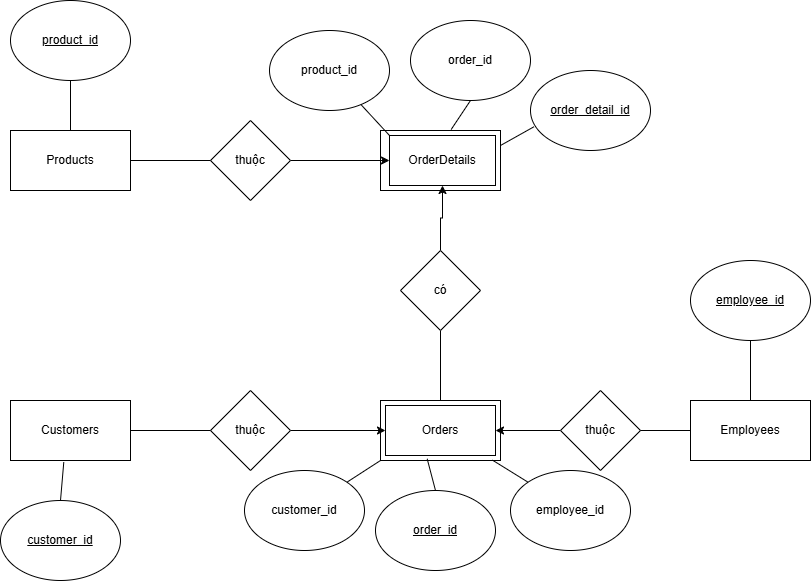
Above: OnTap/quanlykhachhang.drawio.png in theminhdayma/CSDL (draw.io), before the change. Source tidied: cells renumbered, new cells last; positions are measured from the earlier drawing's top-left corner, leaving out a move shared by most shapes. Its diagram source:
```xml
<mxGraphModel>
  <root>
    <mxCell id="0" />
    <mxCell id="1" parent="0" />
    <mxCell id="2" value="Customers" style="rounded=0;whiteSpace=wrap;html=1;" parent="1" vertex="1">
      <mxGeometry x="10" y="400" width="120" height="60" as="geometry" />
    </mxCell>
    <mxCell id="3" style="rounded=0;whiteSpace=wrap;html=1;" parent="1" vertex="1">
      <mxGeometry x="380" y="130" width="120" height="60" as="geometry" />
    </mxCell>
    <mxCell id="4" style="rounded=0;whiteSpace=wrap;html=1;" parent="1" vertex="1">
      <mxGeometry x="380" y="400" width="120" height="60" as="geometry" />
    </mxCell>
    <mxCell id="5" value="Employees" style="rounded=0;whiteSpace=wrap;html=1;" parent="1" vertex="1">
      <mxGeometry x="690" y="400" width="120" height="60" as="geometry" />
    </mxCell>
    <mxCell id="6" value="Products" style="rounded=0;whiteSpace=wrap;html=1;" parent="1" vertex="1">
      <mxGeometry x="10" y="130" width="120" height="60" as="geometry" />
    </mxCell>
    <mxCell id="7" value="Orders" style="rounded=0;whiteSpace=wrap;html=1;" parent="1" vertex="1">
      <mxGeometry x="385" y="405" width="110" height="50" as="geometry" />
    </mxCell>
    <mxCell id="8" value="OrderDetails" style="rounded=0;whiteSpace=wrap;html=1;" parent="1" vertex="1">
      <mxGeometry x="389" y="135" width="106" height="50" as="geometry" />
    </mxCell>
    <mxCell id="9" value="&lt;u&gt;customer_id&lt;/u&gt;" style="ellipse;whiteSpace=wrap;html=1;" parent="1" vertex="1">
      <mxGeometry y="500" width="120" height="80" as="geometry" />
    </mxCell>
    <mxCell id="10" value="&lt;u&gt;product_id&lt;/u&gt;" style="ellipse;whiteSpace=wrap;html=1;" parent="1" vertex="1">
      <mxGeometry x="10" width="120" height="80" as="geometry" />
    </mxCell>
    <mxCell id="11" value="&lt;u&gt;employee_id&lt;/u&gt;" style="ellipse;whiteSpace=wrap;html=1;" parent="1" vertex="1">
      <mxGeometry x="690" y="260" width="120" height="80" as="geometry" />
    </mxCell>
    <mxCell id="12" value="&lt;u&gt;order_id&lt;/u&gt;" style="ellipse;whiteSpace=wrap;html=1;" parent="1" vertex="1">
      <mxGeometry x="375" y="490" width="120" height="80" as="geometry" />
    </mxCell>
    <mxCell id="13" value="customer_id" style="ellipse;whiteSpace=wrap;html=1;" parent="1" vertex="1">
      <mxGeometry x="244" y="470" width="120" height="80" as="geometry" />
    </mxCell>
    <mxCell id="14" value="employee_id" style="ellipse;whiteSpace=wrap;html=1;" parent="1" vertex="1">
      <mxGeometry x="510" y="470" width="120" height="80" as="geometry" />
    </mxCell>
    <mxCell id="15" value="&lt;u&gt;order_detail_id&lt;/u&gt;" style="ellipse;whiteSpace=wrap;html=1;" parent="1" vertex="1">
      <mxGeometry x="530" y="70" width="120" height="80" as="geometry" />
    </mxCell>
    <mxCell id="16" value="order_id" style="ellipse;whiteSpace=wrap;html=1;" parent="1" vertex="1">
      <mxGeometry x="410" y="20" width="120" height="80" as="geometry" />
    </mxCell>
    <mxCell id="17" value="product_id" style="ellipse;whiteSpace=wrap;html=1;" parent="1" vertex="1">
      <mxGeometry x="269" y="30" width="120" height="80" as="geometry" />
    </mxCell>
    <mxCell id="18" style="edgeStyle=orthogonalEdgeStyle;rounded=0;jettySize=auto;html=1;" parent="1" edge="1" source="19" target="7">
      <mxGeometry relative="1" as="geometry" />
    </mxCell>
    <mxCell id="19" value="thuộc" style="rhombus;whiteSpace=wrap;html=1;" parent="1" vertex="1">
      <mxGeometry x="560" y="390" width="80" height="80" as="geometry" />
    </mxCell>
    <mxCell id="20" style="edgeStyle=orthogonalEdgeStyle;rounded=0;jettySize=auto;html=1;" parent="1" edge="1" source="21" target="8">
      <mxGeometry relative="1" as="geometry" />
    </mxCell>
    <mxCell id="21" value="thuộc" style="rhombus;whiteSpace=wrap;html=1;" parent="1" vertex="1">
      <mxGeometry x="210" y="120" width="80" height="80" as="geometry" />
    </mxCell>
    <mxCell id="22" style="edgeStyle=orthogonalEdgeStyle;rounded=0;jettySize=auto;html=1;" parent="1" edge="1" source="23" target="7">
      <mxGeometry relative="1" as="geometry" />
    </mxCell>
    <mxCell id="23" value="thuộc" style="rhombus;whiteSpace=wrap;html=1;" parent="1" vertex="1">
      <mxGeometry x="210" y="390" width="80" height="80" as="geometry" />
    </mxCell>
    <mxCell id="24" style="endArrow=none;html=1;rounded=0;entryX=0.5;entryY=0;entryDx=0;entryDy=0;exitX=0.5;exitY=1;exitDx=0;exitDy=0;" parent="1" edge="1" source="29" target="4">
      <mxGeometry relative="1" as="geometry" />
    </mxCell>
    <mxCell id="25" style="endArrow=none;html=1;rounded=0;entryX=0;entryY=0.5;entryDx=0;entryDy=0;exitX=1;exitY=0.5;exitDx=0;exitDy=0;" parent="1" edge="1" source="19" target="5">
      <mxGeometry relative="1" as="geometry" />
    </mxCell>
    <mxCell id="26" style="endArrow=none;html=1;rounded=0;exitX=1;exitY=0.5;exitDx=0;exitDy=0;entryX=0;entryY=0.5;entryDx=0;entryDy=0;" parent="1" edge="1" source="2" target="23">
      <mxGeometry relative="1" as="geometry" />
    </mxCell>
    <mxCell id="27" style="endArrow=none;html=1;rounded=0;entryX=1;entryY=0.5;entryDx=0;entryDy=0;exitX=0;exitY=0.5;exitDx=0;exitDy=0;" parent="1" edge="1" source="21" target="6">
      <mxGeometry relative="1" as="geometry" />
    </mxCell>
    <mxCell id="28" style="edgeStyle=orthogonalEdgeStyle;rounded=0;jettySize=auto;html=1;" parent="1" edge="1" source="29" target="8">
      <mxGeometry relative="1" as="geometry" />
    </mxCell>
    <mxCell id="29" value="có" style="rhombus;whiteSpace=wrap;html=1;" parent="1" vertex="1">
      <mxGeometry x="400" y="250" width="80" height="80" as="geometry" />
    </mxCell>
    <mxCell id="30" style="endArrow=none;html=1;rounded=0;exitX=0.5;exitY=1;exitDx=0;exitDy=0;entryX=0.5;entryY=0;entryDx=0;entryDy=0;" parent="1" edge="1" source="10" target="6">
      <mxGeometry relative="1" as="geometry" />
    </mxCell>
    <mxCell id="31" style="endArrow=none;html=1;rounded=0;entryX=0;entryY=0;entryDx=0;entryDy=0;" parent="1" edge="1" source="17" target="8">
      <mxGeometry relative="1" as="geometry" />
    </mxCell>
    <mxCell id="32" style="endArrow=none;html=1;rounded=0;entryX=0.5;entryY=1;entryDx=0;entryDy=0;exitX=0.589;exitY=-0.017;exitDx=0;exitDy=0;exitPerimeter=0;" parent="1" edge="1" source="3" target="16">
      <mxGeometry relative="1" as="geometry" />
    </mxCell>
    <mxCell id="33" style="endArrow=none;html=1;rounded=0;entryX=0.028;entryY=0.704;entryDx=0;entryDy=0;entryPerimeter=0;exitX=1;exitY=0.25;exitDx=0;exitDy=0;" parent="1" edge="1" source="3" target="15">
      <mxGeometry relative="1" as="geometry" />
    </mxCell>
    <mxCell id="34" style="endArrow=none;html=1;rounded=0;entryX=0.5;entryY=1;entryDx=0;entryDy=0;exitX=0.5;exitY=0;exitDx=0;exitDy=0;" parent="1" edge="1" source="5" target="11">
      <mxGeometry relative="1" as="geometry" />
    </mxCell>
    <mxCell id="35" style="endArrow=none;html=1;rounded=0;entryX=0;entryY=0;entryDx=0;entryDy=0;exitX=0.933;exitY=0.994;exitDx=0;exitDy=0;exitPerimeter=0;" parent="1" edge="1" source="4" target="14">
      <mxGeometry relative="1" as="geometry" />
    </mxCell>
    <mxCell id="36" style="endArrow=none;html=1;rounded=0;exitX=0.5;exitY=0;exitDx=0;exitDy=0;entryX=0.389;entryY=0.972;entryDx=0;entryDy=0;entryPerimeter=0;" parent="1" edge="1" source="12" target="4">
      <mxGeometry relative="1" as="geometry" />
    </mxCell>
    <mxCell id="37" style="endArrow=none;html=1;rounded=0;exitX=1;exitY=0;exitDx=0;exitDy=0;entryX=0;entryY=1;entryDx=0;entryDy=0;" parent="1" edge="1" source="13" target="4">
      <mxGeometry relative="1" as="geometry" />
    </mxCell>
    <mxCell id="38" style="endArrow=none;html=1;rounded=0;exitX=0.444;exitY=1.028;exitDx=0;exitDy=0;exitPerimeter=0;entryX=0.5;entryY=0;entryDx=0;entryDy=0;" parent="1" edge="1" source="2" target="9">
      <mxGeometry relative="1" as="geometry" />
    </mxCell>
  </root>
</mxGraphModel>
```
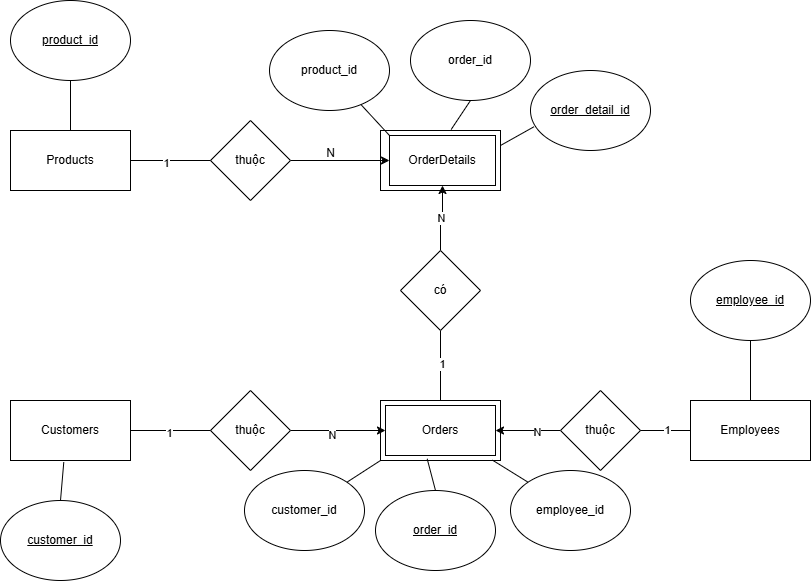
Above is the later version.

Commit message:
Update quan hệ cho các bảng trong sơ đồ ERD

The edit, as a diff of the source:
```diff
@@ -53,6 +53,9 @@
     <mxCell id="18" style="edgeStyle=orthogonalEdgeStyle;rounded=0;jettySize=auto;html=1;" parent="1" edge="1" source="19" target="7">
       <mxGeometry relative="1" as="geometry" />
     </mxCell>
+    <mxCell id="39" value="N" style="edgeLabel;html=1;align=center;verticalAlign=middle;" parent="18" vertex="1">
+      <mxGeometry x="-0.25" y="1" relative="1" as="geometry" />
+    </mxCell>
     <mxCell id="19" value="thuộc" style="rhombus;whiteSpace=wrap;html=1;" parent="1" vertex="1">
       <mxGeometry x="560" y="390" width="80" height="80" as="geometry" />
     </mxCell>
@@ -65,24 +68,42 @@
     <mxCell id="22" style="edgeStyle=orthogonalEdgeStyle;rounded=0;jettySize=auto;html=1;" parent="1" edge="1" source="23" target="7">
       <mxGeometry relative="1" as="geometry" />
     </mxCell>
+    <mxCell id="40" value="N" style="edgeLabel;html=1;align=center;verticalAlign=middle;" parent="22" vertex="1">
+      <mxGeometry x="-0.14" y="-4" relative="1" as="geometry" />
+    </mxCell>
     <mxCell id="23" value="thuộc" style="rhombus;whiteSpace=wrap;html=1;" parent="1" vertex="1">
       <mxGeometry x="210" y="390" width="80" height="80" as="geometry" />
     </mxCell>
     <mxCell id="24" style="endArrow=none;html=1;rounded=0;entryX=0.5;entryY=0;entryDx=0;entryDy=0;exitX=0.5;exitY=1;exitDx=0;exitDy=0;" parent="1" edge="1" source="29" target="4">
       <mxGeometry relative="1" as="geometry" />
     </mxCell>
+    <mxCell id="41" value="1" style="edgeLabel;html=1;align=center;verticalAlign=middle;" parent="24" vertex="1">
+      <mxGeometry x="-0.05" y="1" relative="1" as="geometry" />
+    </mxCell>
     <mxCell id="25" style="endArrow=none;html=1;rounded=0;entryX=0;entryY=0.5;entryDx=0;entryDy=0;exitX=1;exitY=0.5;exitDx=0;exitDy=0;" parent="1" edge="1" source="19" target="5">
       <mxGeometry relative="1" as="geometry" />
     </mxCell>
+    <mxCell id="42" value="1" style="edgeLabel;html=1;align=center;verticalAlign=middle;" parent="25" vertex="1">
+      <mxGeometry x="0.03" y="1" relative="1" as="geometry" />
+    </mxCell>
     <mxCell id="26" style="endArrow=none;html=1;rounded=0;exitX=1;exitY=0.5;exitDx=0;exitDy=0;entryX=0;entryY=0.5;entryDx=0;entryDy=0;" parent="1" edge="1" source="2" target="23">
       <mxGeometry relative="1" as="geometry" />
     </mxCell>
+    <mxCell id="43" value="1" style="edgeLabel;html=1;align=center;verticalAlign=middle;" parent="26" vertex="1">
+      <mxGeometry x="-0.06" y="-2" relative="1" as="geometry" />
+    </mxCell>
     <mxCell id="27" style="endArrow=none;html=1;rounded=0;entryX=1;entryY=0.5;entryDx=0;entryDy=0;exitX=0;exitY=0.5;exitDx=0;exitDy=0;" parent="1" edge="1" source="21" target="6">
       <mxGeometry relative="1" as="geometry" />
     </mxCell>
+    <mxCell id="44" value="1" style="edgeLabel;html=1;align=center;verticalAlign=middle;" parent="27" vertex="1">
+      <mxGeometry x="0.13" y="2" relative="1" as="geometry" />
+    </mxCell>
     <mxCell id="28" style="edgeStyle=orthogonalEdgeStyle;rounded=0;jettySize=auto;html=1;" parent="1" edge="1" source="29" target="8">
       <mxGeometry relative="1" as="geometry" />
     </mxCell>
+    <mxCell id="45" value="N" style="edgeLabel;html=1;align=center;verticalAlign=middle;" parent="28" vertex="1">
+      <mxGeometry x="-0.01" relative="1" as="geometry" />
+    </mxCell>
     <mxCell id="29" value="có" style="rhombus;whiteSpace=wrap;html=1;" parent="1" vertex="1">
       <mxGeometry x="400" y="250" width="80" height="80" as="geometry" />
     </mxCell>
@@ -113,5 +134,8 @@
     <mxCell id="38" style="endArrow=none;html=1;rounded=0;exitX=0.444;exitY=1.028;exitDx=0;exitDy=0;exitPerimeter=0;entryX=0.5;entryY=0;entryDx=0;entryDy=0;" parent="1" edge="1" source="2" target="9">
       <mxGeometry relative="1" as="geometry" />
     </mxCell>
+    <mxCell id="46" value="N" style="text;html=1;align=center;verticalAlign=middle;strokeColor=none;fillColor=none;" parent="1" vertex="1">
+      <mxGeometry x="315" y="138" width="30" height="30" as="geometry" />
+    </mxCell>
   </root>
 </mxGraphModel>
```
